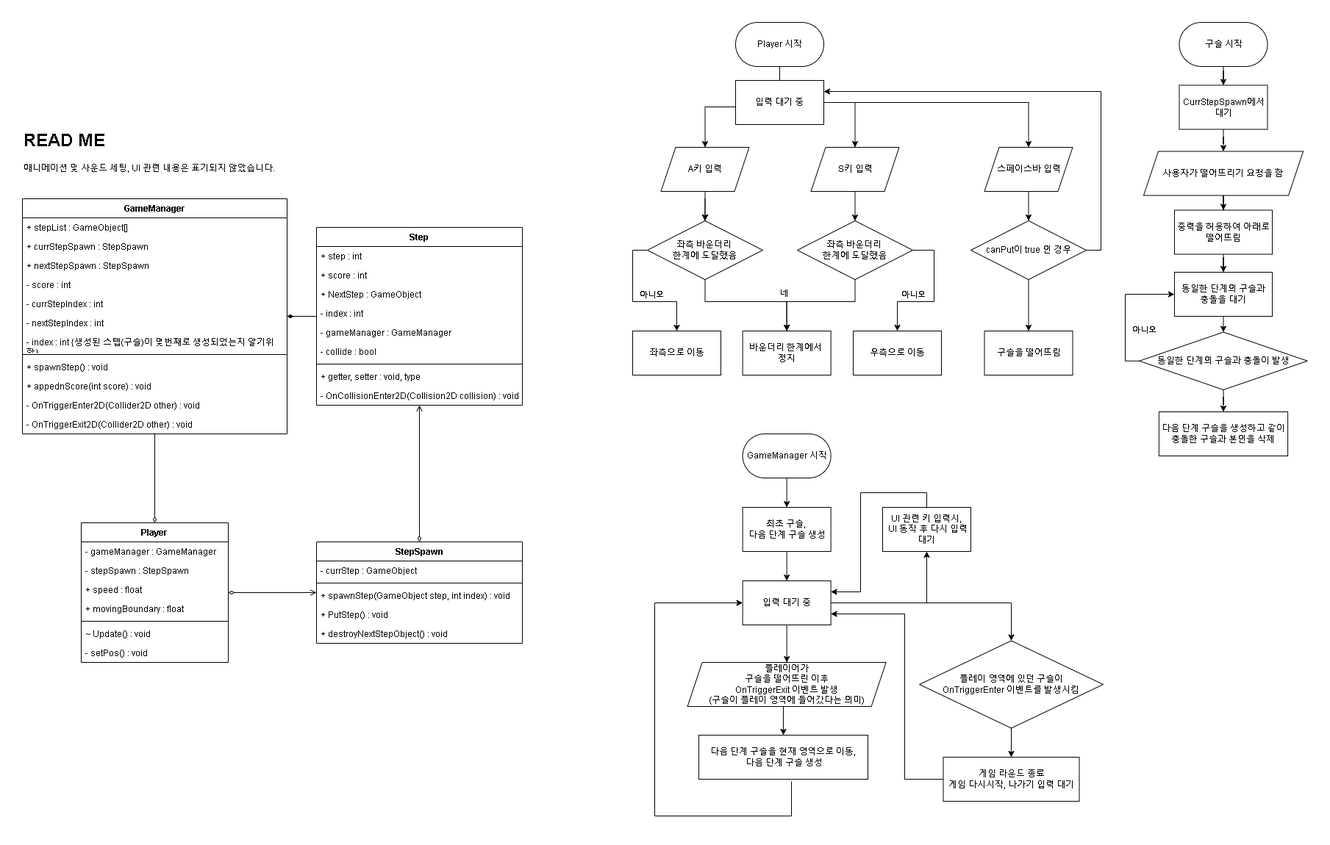
Before: readme_image/suika_flowchart.png, a diagram exported from draw.io (Sonwon112/SuikaGame). Source tidied: cells renumbered, new cells last; positions are measured from the earlier drawing's top-left corner, leaving out a move shared by most shapes.
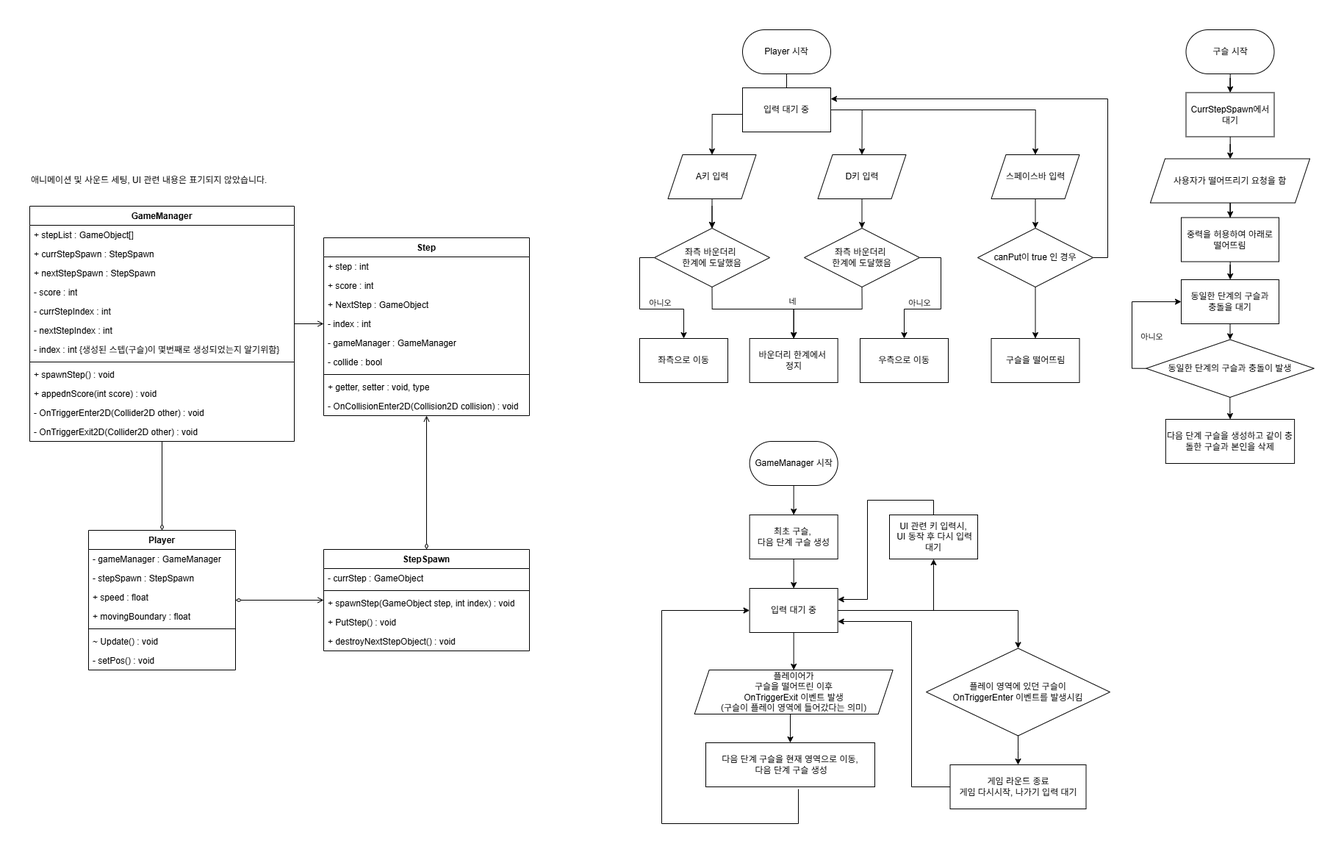
The same diagram one commit later.

Change to the diagram source:
```diff
@@ -71,11 +71,8 @@
     <mxCell id="24" style="edgeStyle=orthogonalEdgeStyle;rounded=0;jettySize=auto;html=1;endArrow=diamondThin;endFill=0;startArrow=open;startFill=0;" parent="1" edge="1" source="26" target="37">
       <mxGeometry relative="1" as="geometry" />
     </mxCell>
-    <mxCell id="25" style="edgeStyle=orthogonalEdgeStyle;rounded=0;jettySize=auto;html=1;endArrow=diamondThin;endFill=1;" parent="1" edge="1" source="26" target="3">
-      <mxGeometry relative="1" as="geometry" />
-    </mxCell>
     <mxCell id="26" value="Step" style="swimlane;fontStyle=1;align=center;verticalAlign=top;horizontal=1;startSize=26;whiteSpace=wrap;html=1;" parent="1" vertex="1">
-      <mxGeometry x="400" y="279" width="280" height="242" as="geometry" />
+      <mxGeometry x="400" y="283" width="280" height="242" as="geometry" />
     </mxCell>
     <mxCell id="27" value="+ step : int" style="text;strokeColor=none;fillColor=none;align=left;verticalAlign=top;spacingLeft=4;spacingRight=4;overflow=hidden;whiteSpace=wrap;html=1;" parent="26" vertex="1">
       <mxGeometry y="26" width="280" height="26" as="geometry" />
@@ -125,9 +122,12 @@
     <mxCell id="42" value="+ destroyNextStepObject() : void" style="text;strokeColor=none;fillColor=none;align=left;verticalAlign=top;spacingLeft=4;spacingRight=4;overflow=hidden;whiteSpace=wrap;html=1;" parent="37" vertex="1">
       <mxGeometry y="112" width="280" height="26" as="geometry" />
     </mxCell>
-    <mxCell id="43" value="&lt;h1 style=&quot;margin-top: 0px;&quot;&gt;READ ME&lt;/h1&gt;&lt;div&gt;애니메이션 및 사운드 세팅, UI 관련 내용은 표기되지 않았습니다.&lt;/div&gt;" style="text;html=1;whiteSpace=wrap;overflow=hidden;rounded=0;" parent="1" vertex="1">
-      <mxGeometry y="140" width="350" height="80" as="geometry" />
+    <mxCell id="43" value="&lt;h1 style=&quot;margin-top: 0px;&quot;&gt;&lt;span style=&quot;background-color: transparent; color: light-dark(rgb(0, 0, 0), rgb(255, 255, 255)); font-size: 12px; font-weight: normal;&quot;&gt;애니메이션 및 사운드 세팅, UI 관련 내용은 표기되지 않았습니다.&lt;/span&gt;&lt;/h1&gt;" style="text;html=1;whiteSpace=wrap;overflow=hidden;rounded=0;" parent="1" vertex="1">
+      <mxGeometry y="180" width="350" height="40" as="geometry" />
     </mxCell>
+    <mxCell id="105" style="edgeStyle=orthogonalEdgeStyle;rounded=0;jettySize=auto;html=1;exitX=0;exitY=0.5;exitDx=0;exitDy=0;startArrow=open;startFill=0;endArrow=none;endFill=1;" parent="1" edge="1" source="30" target="3">
+      <mxGeometry relative="1" as="geometry" />
+    </mxCell>
     <mxCell id="44" style="edgeStyle=orthogonalEdgeStyle;rounded=0;jettySize=auto;html=1;exitX=0.5;exitY=1;exitDx=0;exitDy=0;entryX=0.5;entryY=0;entryDx=0;entryDy=0;" parent="1" edge="1" source="45" target="74">
       <mxGeometry relative="1" as="geometry" />
     </mxCell>
@@ -140,14 +140,14 @@
     <mxCell id="47" value="GameManager 시작" style="rounded=1;whiteSpace=wrap;html=1;arcSize=50;" parent="1" vertex="1">
       <mxGeometry x="979.6" y="560" width="120" height="60" as="geometry" />
     </mxCell>
-    <mxCell id="48" style="edgeStyle=orthogonalEdgeStyle;rounded=0;jettySize=auto;html=1;exitX=0.5;exitY=1;exitDx=0;exitDy=0;entryX=0.5;entryY=0;entryDx=0;entryDy=0;" parent="1" edge="1" target="56">
-      <mxGeometry relative="1" as="geometry">
-        <mxPoint x="928.5" y="240" as="sourcePoint" />
-      </mxGeometry>
-    </mxCell>
-    <mxCell id="49" style="edgeStyle=orthogonalEdgeStyle;rounded=0;jettySize=auto;html=1;exitX=0.5;exitY=1;exitDx=0;exitDy=0;entryX=0.5;entryY=0;entryDx=0;entryDy=0;" parent="1" edge="1" source="75" target="63">
-      <mxGeometry relative="1" as="geometry" />
-    </mxCell>
+    <mxCell id="106" style="edgeStyle=orthogonalEdgeStyle;rounded=0;jettySize=auto;html=1;exitX=0.5;exitY=1;exitDx=0;exitDy=0;entryX=0.5;entryY=0;entryDx=0;entryDy=0;" parent="1" edge="1" target="56">
+      <mxGeometry relative="1" as="geometry">
+        <mxPoint x="928.5" y="240" as="sourcePoint" />
+      </mxGeometry>
+    </mxCell>
+    <mxCell id="107" style="edgeStyle=orthogonalEdgeStyle;rounded=0;jettySize=auto;html=1;exitX=0.5;exitY=1;exitDx=0;exitDy=0;entryX=0.5;entryY=0;entryDx=0;entryDy=0;" parent="1" edge="1" source="111" target="63">
+      <mxGeometry relative="1" as="geometry" />
+    </mxCell>
     <mxCell id="50" value="좌측으로 이동" style="rounded=0;whiteSpace=wrap;html=1;" parent="1" vertex="1">
       <mxGeometry x="830" y="420" width="120" height="60" as="geometry" />
     </mxCell>
@@ -160,16 +160,16 @@
         </Array>
       </mxGeometry>
     </mxCell>
-    <mxCell id="52" value="아니오" style="edgeLabel;html=1;align=center;verticalAlign=middle;" parent="51" vertex="1">
-      <mxGeometry x="0.21" y="-2" relative="1" as="geometry">
-        <mxPoint y="-12" as="offset" />
-      </mxGeometry>
-    </mxCell>
-    <mxCell id="53" value="아니오" style="edgeLabel;html=1;align=center;verticalAlign=middle;" parent="51" vertex="1">
-      <mxGeometry x="0.23" y="5" relative="1" as="geometry">
-        <mxPoint x="353" y="-5" as="offset" />
-      </mxGeometry>
-    </mxCell>
+    <mxCell id="108" value="아니오" style="edgeLabel;html=1;align=center;verticalAlign=middle;" parent="51" vertex="1">
+      <mxGeometry x="0.21" y="-2" relative="1" as="geometry">
+        <mxPoint y="-12" as="offset" />
+      </mxGeometry>
+    </mxCell>
+    <mxCell id="109" value="아니오" style="edgeLabel;html=1;align=center;verticalAlign=middle;" parent="51" vertex="1">
+      <mxGeometry x="0.23" y="5" relative="1" as="geometry">
+        <mxPoint x="353" y="-5" as="offset" />
+      </mxGeometry>
+    </mxCell>
     <mxCell id="54" style="edgeStyle=orthogonalEdgeStyle;rounded=0;jettySize=auto;html=1;exitX=0.5;exitY=1;exitDx=0;exitDy=0;entryX=0.5;entryY=0;entryDx=0;entryDy=0;" parent="1" edge="1" source="56" target="57">
       <mxGeometry relative="1" as="geometry">
         <Array as="points">
@@ -192,9 +192,9 @@
     <mxCell id="58" style="edgeStyle=orthogonalEdgeStyle;rounded=0;jettySize=auto;html=1;exitX=1;exitY=0.5;exitDx=0;exitDy=0;entryX=0.5;entryY=0;entryDx=0;entryDy=0;" parent="1" edge="1" source="60" target="77">
       <mxGeometry relative="1" as="geometry" />
     </mxCell>
-    <mxCell id="59" style="edgeStyle=orthogonalEdgeStyle;rounded=0;jettySize=auto;html=1;exitX=1;exitY=0.5;exitDx=0;exitDy=0;entryX=0.5;entryY=0;entryDx=0;entryDy=0;" parent="1" edge="1" source="60" target="75">
-      <mxGeometry relative="1" as="geometry" />
-    </mxCell>
+    <mxCell id="110" style="edgeStyle=orthogonalEdgeStyle;rounded=0;jettySize=auto;html=1;exitX=1;exitY=0.5;exitDx=0;exitDy=0;entryX=0.5;entryY=0;entryDx=0;entryDy=0;" parent="1" edge="1" source="60" target="111">
+      <mxGeometry relative="1" as="geometry" />
+    </mxCell>
     <mxCell id="60" value="입력 대기 중" style="rounded=0;whiteSpace=wrap;html=1;" parent="1" vertex="1">
       <mxGeometry x="970" y="79" width="120" height="60" as="geometry" />
     </mxCell>
@@ -257,9 +257,9 @@
     <mxCell id="74" value="A키 입력" style="shape=parallelogram;perimeter=parallelogramPerimeter;whiteSpace=wrap;html=1;fixedSize=1;" parent="1" vertex="1">
       <mxGeometry x="868.5" y="170" width="120" height="60" as="geometry" />
     </mxCell>
-    <mxCell id="75" value="S키 입력" style="shape=parallelogram;perimeter=parallelogramPerimeter;whiteSpace=wrap;html=1;fixedSize=1;" parent="1" vertex="1">
-      <mxGeometry x="1072.5" y="170" width="120" height="60" as="geometry" />
-    </mxCell>
+    <mxCell id="111" value="D키 입력" style="shape=parallelogram;perimeter=parallelogramPerimeter;whiteSpace=wrap;html=1;fixedSize=1;" parent="1" vertex="1">
+      <mxGeometry x="1072.5" y="170" width="120" height="60" as="geometry" />
+    </mxCell>
     <mxCell id="76" style="edgeStyle=orthogonalEdgeStyle;rounded=0;jettySize=auto;html=1;" parent="1" edge="1" source="77" target="80">
       <mxGeometry relative="1" as="geometry" />
     </mxCell>
@@ -351,11 +351,11 @@
         </Array>
       </mxGeometry>
     </mxCell>
-    <mxCell id="101" value="아니오" style="edgeLabel;html=1;align=center;verticalAlign=middle;" parent="100" vertex="1">
-      <mxGeometry x="-0.3" y="2" relative="1" as="geometry">
-        <mxPoint x="27" as="offset" />
-      </mxGeometry>
-    </mxCell>
+    <mxCell id="112" value="아니오" style="edgeLabel;html=1;align=center;verticalAlign=middle;" parent="100" vertex="1">
+      <mxGeometry x="-0.3" y="2" relative="1" as="geometry">
+        <mxPoint x="27" as="offset" />
+      </mxGeometry>
+    </mxCell>
     <mxCell id="102" style="edgeStyle=orthogonalEdgeStyle;rounded=0;jettySize=auto;html=1;" parent="1" edge="1" source="103" target="104">
       <mxGeometry relative="1" as="geometry" />
     </mxCell>
```
